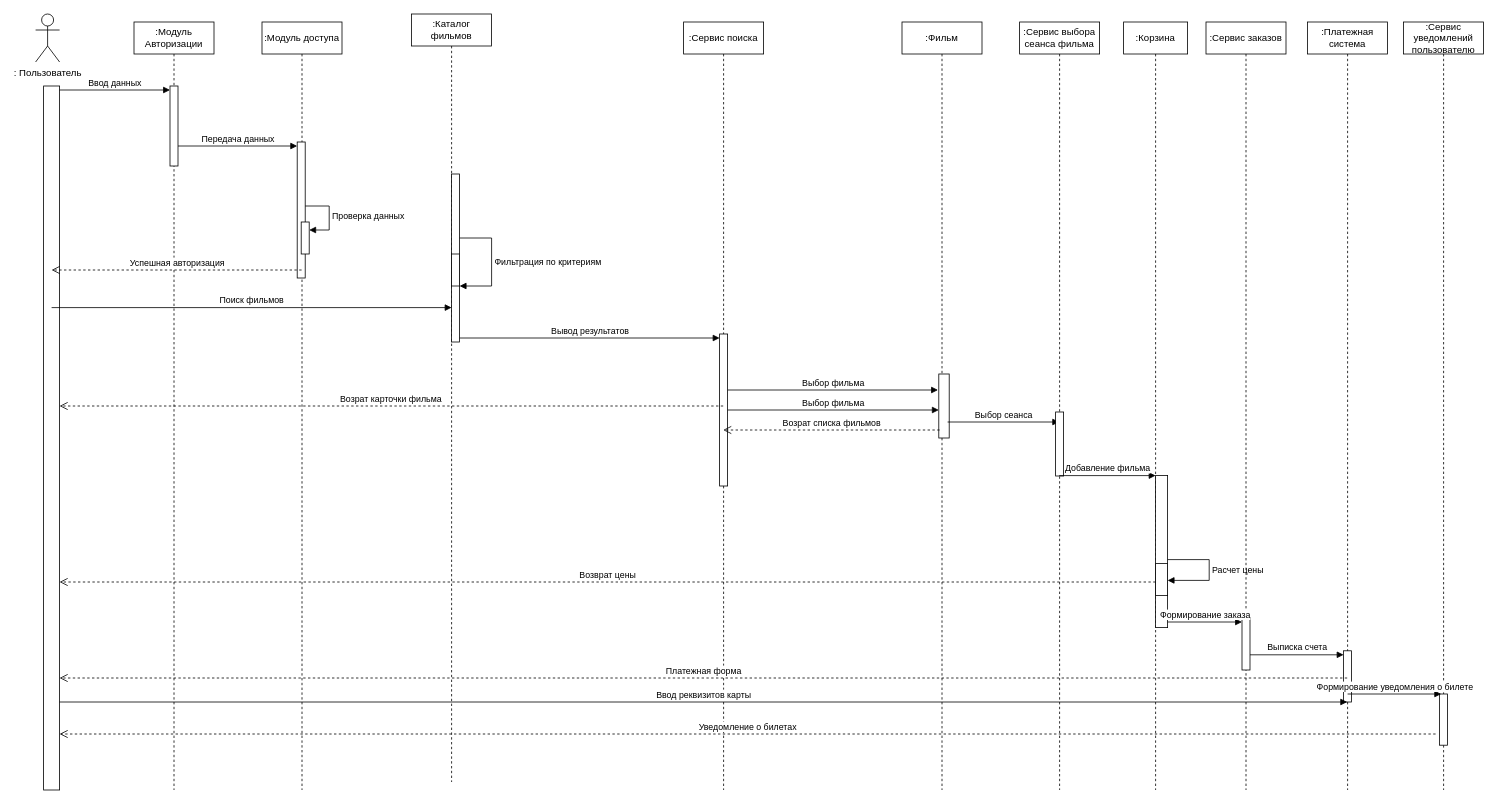
Earlier version of the draw.io diagram UML_взаимодействия.drawio (adchvanova-new/UML). Source tidied: cells renumbered, new cells numbered last; positions are measured from the earlier drawing's top-left corner, leaving out a move shared by most shapes. Both pictures are drawn from the tidied source at 80%, with x=0, y=0 at pixel (35, 14).
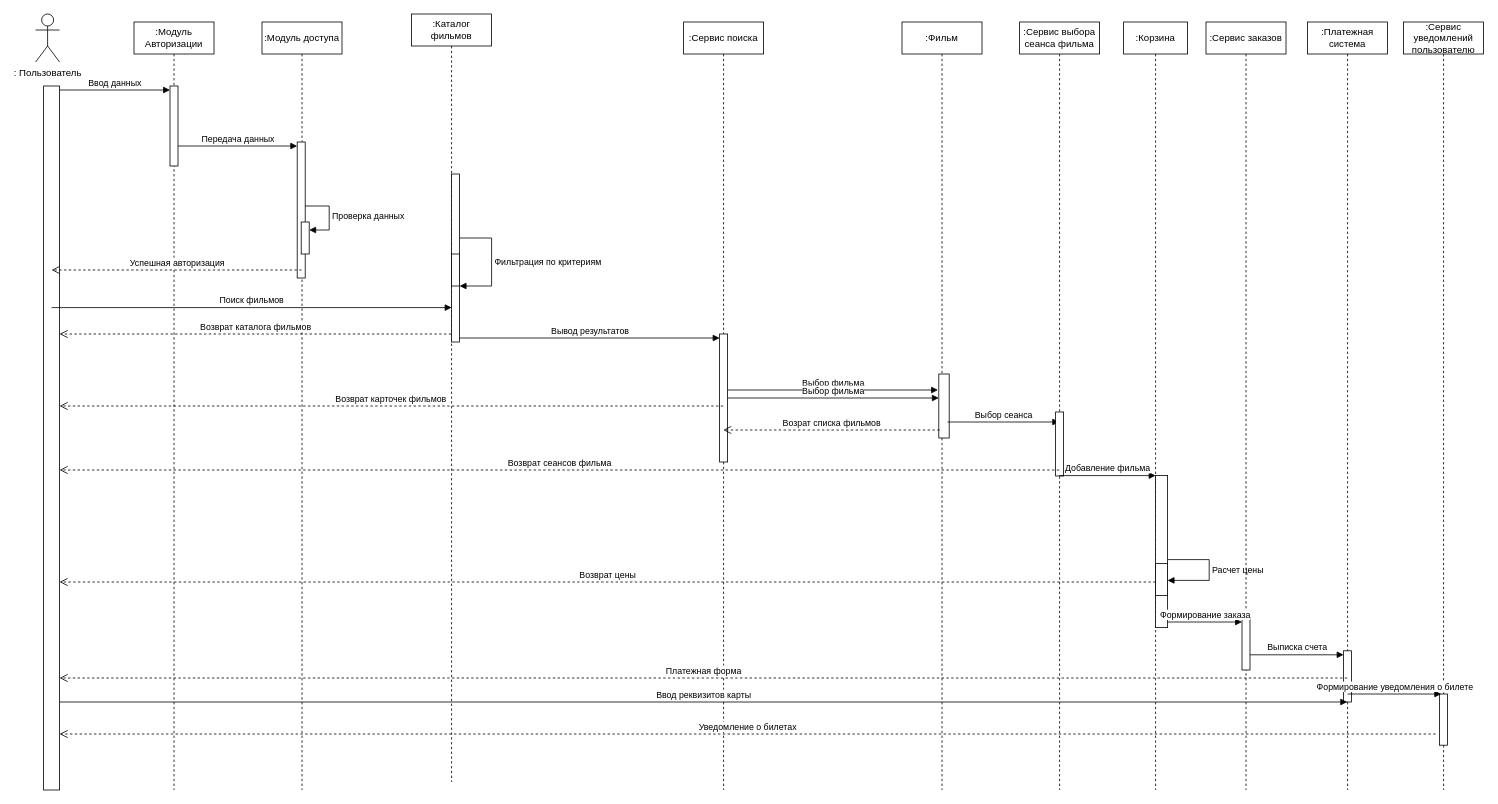
Above is the later version.

The change refers to these unchanged cells:
```xml
<mxCell id="6" style="html=1;points=[[0,0,0,0,5],[0,1,0,0,-5],[1,0,0,0,5],[1,1,0,0,-5]];perimeter=orthogonalPerimeter;outlineConnect=0;targetShapes=umlLifeline;portConstraint=eastwest;newEdgeStyle={&quot;curved&quot;:0,&quot;rounded&quot;:0};" parent="1" vertex="1">
  <mxGeometry x="10" y="90" width="20" height="880" as="geometry" />
</mxCell>
<mxCell id="16" value=":Каталог фильмов" style="shape=umlLifeline;perimeter=lifelinePerimeter;whiteSpace=wrap;html=1;outlineConnect=0;portConstraint=eastwest;newEdgeStyle={&quot;curved&quot;:0,&quot;rounded&quot;:0};" parent="1" vertex="1">
  <mxGeometry x="470" width="100" height="960" as="geometry" />
</mxCell>
<mxCell id="20" value=":Сервис поиска" style="shape=umlLifeline;perimeter=lifelinePerimeter;whiteSpace=wrap;html=1;outlineConnect=0;portConstraint=eastwest;newEdgeStyle={&quot;curved&quot;:0,&quot;rounded&quot;:0};" parent="1" vertex="1">
  <mxGeometry x="810" y="10" width="100" height="960" as="geometry" />
</mxCell>
```

Change to the diagram source:
```diff
@@
     <mxCell id="21" style="html=1;points=[[0,0,0,0,5],[0,1,0,0,-5],[1,0,0,0,5],[1,1,0,0,-5]];perimeter=orthogonalPerimeter;outlineConnect=0;targetShapes=umlLifeline;portConstraint=eastwest;newEdgeStyle={&quot;curved&quot;:0,&quot;rounded&quot;:0};" parent="20" vertex="1">
-      <mxGeometry x="45" y="390" width="10" height="190" as="geometry" />
+      <mxGeometry x="45" y="390" width="10" height="160" as="geometry" />
     </mxCell>
@@
-    <mxCell id="42" value="Возрат карточки фильма" style="html=1;verticalAlign=bottom;endArrow=open;dashed=1;endSize=8;curved=0;rounded=0;" parent="1" edge="1" source="20" target="6">
+    <mxCell id="42" value="Возврат карточек фильмов" style="html=1;verticalAlign=bottom;endArrow=open;dashed=1;endSize=8;curved=0;rounded=0;" parent="1" edge="1" source="20" target="6">
       <mxGeometry relative="1" as="geometry" />
     </mxCell>
@@
+    <mxCell id="48" value="Возврат каталога фильмов" style="html=1;verticalAlign=bottom;endArrow=open;dashed=1;endSize=8;curved=0;rounded=0;" parent="1" edge="1" source="16">
+      <mxGeometry relative="1" as="geometry">
+        <mxPoint x="30" y="400" as="targetPoint" />
+      </mxGeometry>
+    </mxCell>
+    <mxCell id="49" value="Возврат сеансов фильма" style="html=1;verticalAlign=bottom;endArrow=open;dashed=1;endSize=8;curved=0;rounded=0;" parent="1" edge="1" target="6">
+      <mxGeometry relative="1" as="geometry">
+        <mxPoint x="1279.5" y="570" as="sourcePoint" />
+      </mxGeometry>
+    </mxCell>
```
